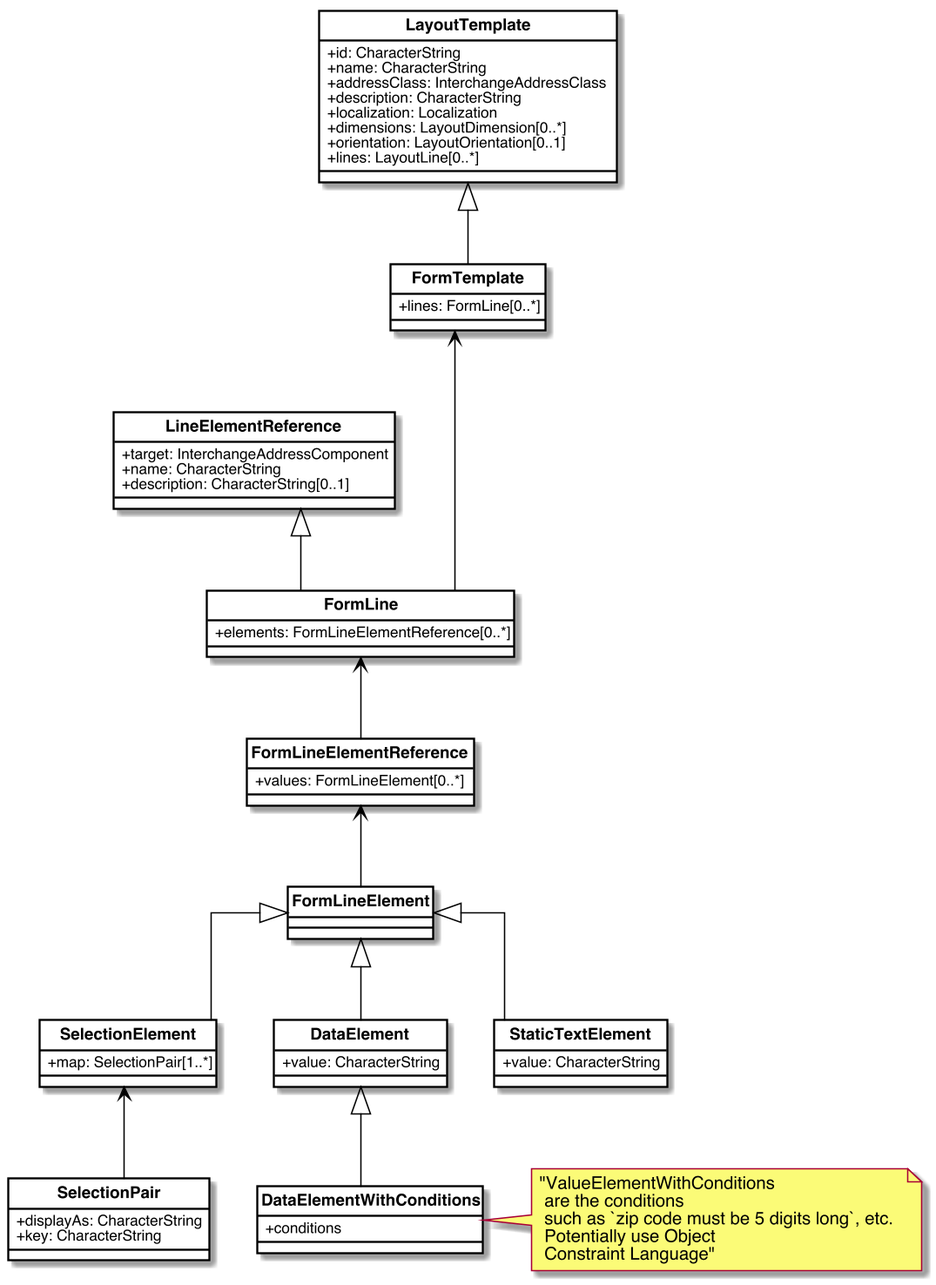
This is images/FormTemplate.png from CalConnect/csd-digital-addresses, a PlantUML export, as it was before one commit.
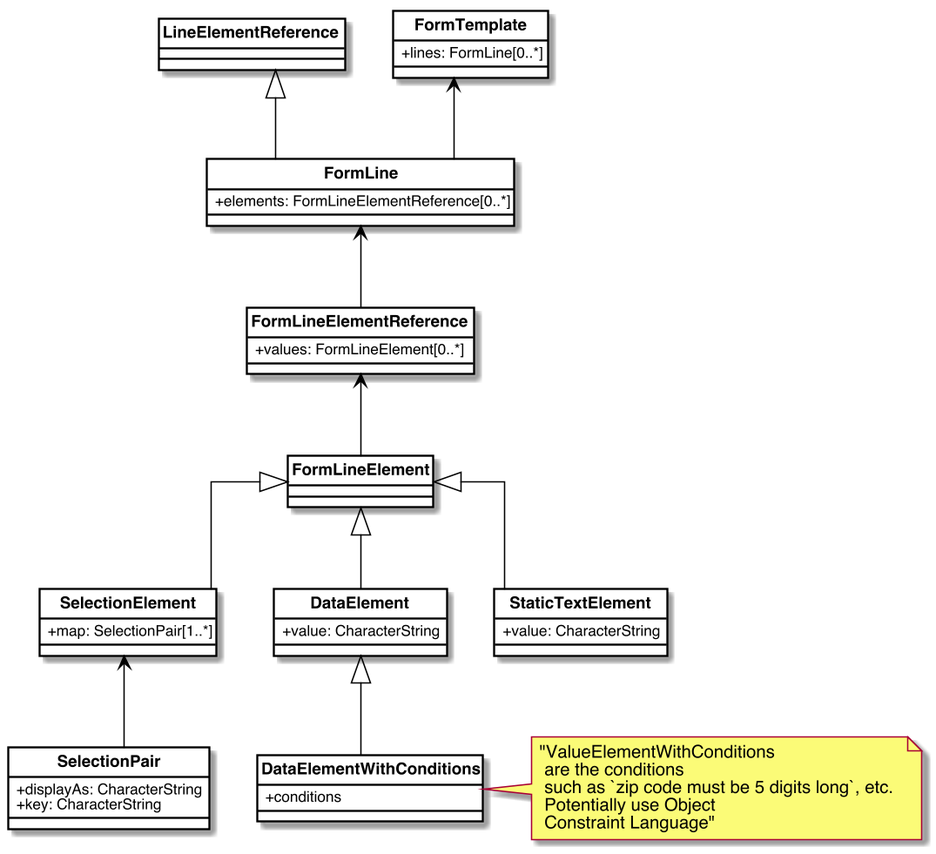
After the change.

The edit, as a diff of the source:
```diff
@@ -44,25 +44,11 @@
   +lines: FormLine[0..*]
 }
 
-class LayoutTemplate{
-  +id: CharacterString
-  +name: CharacterString
-  +addressClass: InterchangeAddressClass
-  +description: CharacterString
-  +localization: Localization
-  +dimensions: LayoutDimension[0..*]
-  +orientation: LayoutOrientation[0..1]
-  +lines: LayoutLine[0..*]
-}
-
 class FormLine{
   +elements: FormLineElementReference[0..*]
 }
 
 class LineElementReference{
-  +target: InterchangeAddressComponent
-  +name: CharacterString
-  +description: CharacterString[0..1]
 }
 
 class FormLineElementReference{
@@ -97,8 +83,7 @@
 
 note right of DataElementWithConditions: "ValueElementWithConditions\n are the conditions\n such as `zip code must be 5 digits long`, etc.\n Potentially use Object\n Constraint Language"
 
-FormTemplate -up-|> LayoutTemplate
-FormLine -up--> FormTemplate
+FormLine -up-> FormTemplate
 StaticTextElement -up-|> FormLineElement
 SelectionElement -up-|> FormLineElement
 DataElement -up-|> FormLineElement
```
